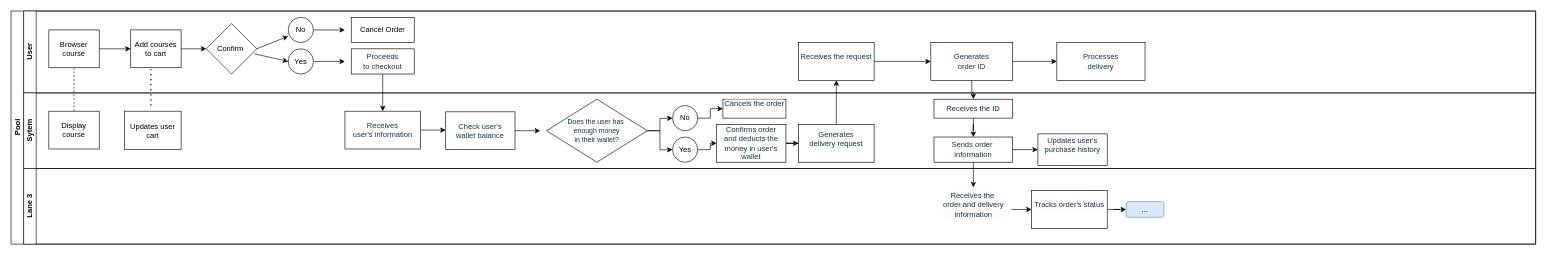
Above: Untitled Diagram.drawio in focusonmee/Java-Core (draw.io), before the change. Source tidied: cells renumbered, new cells numbered last; positions are measured from the earlier drawing's top-left corner, leaving out a move shared by most shapes. Both pictures are drawn from the tidied source at 63%, with x=0, y=0 at pixel (11, 11).
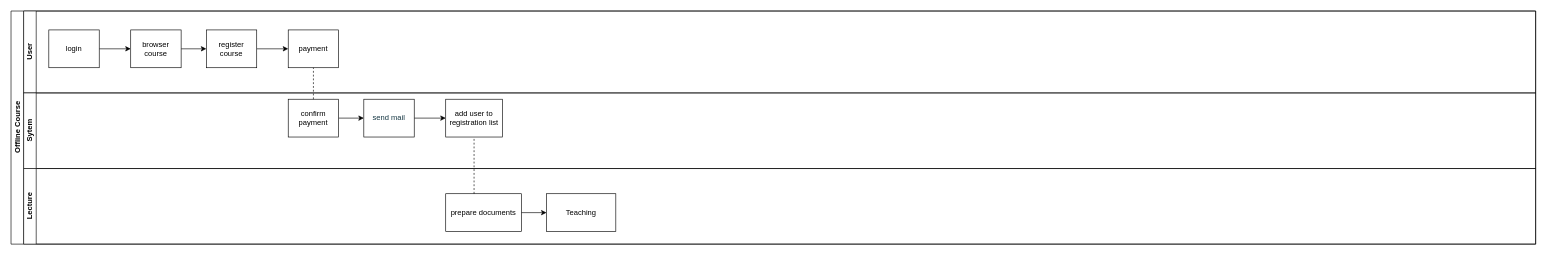
Above is the later version.

Unchanged cells that the change refers to:
```xml
<mxCell id="4" value="User" style="swimlane;html=1;startSize=20;horizontal=0;" parent="2" vertex="1">
  <mxGeometry x="20" width="2400" height="130" as="geometry" />
</mxCell>
<mxCell id="18" value="Sytem" style="swimlane;html=1;startSize=20;horizontal=0;" parent="2" vertex="1">
  <mxGeometry x="20" y="130" width="2400" height="120" as="geometry" />
</mxCell>
```

Diff of the diagram source:
```diff
@@
-    <mxCell id="2" value="Pool" style="swimlane;html=1;horizontal=0;startSize=20;" parent="1" vertex="1">
+    <mxCell id="2" value="Offline Course" style="swimlane;html=1;horizontal=0;startSize=20;" parent="1" vertex="1">
       <mxGeometry width="2420" height="370" as="geometry" />
     </mxCell>
-    <mxCell id="3" style="edgeStyle=orthogonalEdgeStyle;rounded=0;jettySize=auto;html=1;dashed=1;endArrow=none;endFill=0;" parent="2" edge="1" source="6" target="19">
-      <mxGeometry relative="1" as="geometry" />
-    </mxCell>
@@
-    <mxCell id="6" value="Browser course" style="rounded=0;whiteSpace=wrap;html=1;fontFamily=Helvetica;fontSize=12;fontColor=#000000;align=center;" parent="4" vertex="1">
+    <mxCell id="6" value="login" style="rounded=0;whiteSpace=wrap;html=1;fontFamily=Helvetica;fontSize=12;fontColor=#000000;align=center;" parent="4" vertex="1">
       <mxGeometry x="40" y="30" width="80" height="60" as="geometry" />
     </mxCell>
+    <mxCell id="57" style="edgeStyle=orthogonalEdgeStyle;rounded=0;jettySize=auto;html=1;" parent="4" edge="1" source="7" target="59">
+      <mxGeometry relative="1" as="geometry" />
+    </mxCell>
-    <mxCell id="7" value="Add courses to cart" style="rounded=0;whiteSpace=wrap;html=1;fontFamily=Helvetica;fontSize=12;fontColor=#000000;align=center;" parent="4" vertex="1">
+    <mxCell id="7" value="browser course" style="rounded=0;whiteSpace=wrap;html=1;fontFamily=Helvetica;fontSize=12;fontColor=#000000;align=center;" parent="4" vertex="1">
       <mxGeometry x="170" y="30" width="80" height="60" as="geometry" />
     </mxCell>
-    <mxCell id="8" value="Confirm&amp;nbsp;" style="rhombus;whiteSpace=wrap;html=1;" parent="4" vertex="1">
-      <mxGeometry x="290" y="20" width="80" height="80" as="geometry" />
-    </mxCell>
-    <mxCell id="9" value="No" style="ellipse;whiteSpace=wrap;html=1;" parent="4" vertex="1">
-      <mxGeometry x="420" y="10" width="40" height="40" as="geometry" />
-    </mxCell>
-    <mxCell id="10" value="Yes" style="ellipse;whiteSpace=wrap;html=1;" parent="4" vertex="1">
-      <mxGeometry x="420" y="60" width="40" height="40" as="geometry" />
-    </mxCell>
-    <mxCell id="11" value="Cancel Order" style="rounded=0;whiteSpace=wrap;html=1;" parent="4" vertex="1">
-      <mxGeometry x="520" y="10" width="100" height="40" as="geometry" />
-    </mxCell>
-    <mxCell id="12" value="&lt;span style=&quot;color: rgb(20, 54, 66);&quot;&gt;Proceeds&lt;/span&gt;&lt;div style=&quot;color: rgb(20, 54, 66);&quot;&gt;to checkout&lt;/div&gt;" style="rounded=0;whiteSpace=wrap;html=1;" parent="4" vertex="1">
-      <mxGeometry x="520" y="60" width="100" height="40" as="geometry" />
-    </mxCell>
-    <mxCell id="13" value="&#10;&lt;span style=&quot;color: rgb(20, 54, 66); font-family: Helvetica; font-size: 12px; font-style: normal; font-variant-ligatures: normal; font-variant-caps: normal; font-weight: 400; letter-spacing: normal; orphans: 2; text-align: center; text-indent: 0px; text-transform: none; widows: 2; word-spacing: 0px; -webkit-text-stroke-width: 0px; white-space: normal; background-color: rgb(251, 251, 251); text-decoration-thickness: initial; text-decoration-style: initial; text-decoration-color: initial; display: inline !important; float: none;&quot;&gt;Receives the request&lt;/span&gt;&#10;&#10;" style="rounded=0;whiteSpace=wrap;html=1;" parent="4" vertex="1">
-      <mxGeometry x="1230" y="50" width="120" height="60" as="geometry" />
-    </mxCell>
-    <mxCell id="14" value="&lt;span style=&quot;color: rgb(20, 54, 66);&quot;&gt;Generates&lt;/span&gt;&lt;div style=&quot;color: rgb(20, 54, 66);&quot;&gt;order ID&lt;/div&gt;" style="rounded=0;whiteSpace=wrap;html=1;" parent="4" vertex="1">
-      <mxGeometry x="1440" y="50" width="130" height="60" as="geometry" />
-    </mxCell>
-    <mxCell id="15" style="edgeStyle=orthogonalEdgeStyle;rounded=0;jettySize=auto;html=1;" parent="4" edge="1" source="13" target="14">
-      <mxGeometry relative="1" as="geometry" />
-    </mxCell>
-    <mxCell id="16" value="&lt;span style=&quot;color: rgb(20, 54, 66);&quot;&gt;Processes&lt;/span&gt;&lt;div style=&quot;color: rgb(20, 54, 66);&quot;&gt;delivery&lt;/div&gt;" style="rounded=0;whiteSpace=wrap;html=1;" parent="4" vertex="1">
-      <mxGeometry x="1640" y="50" width="140" height="60" as="geometry" />
-    </mxCell>
-    <mxCell id="17" style="edgeStyle=orthogonalEdgeStyle;rounded=0;jettySize=auto;html=1;" parent="4" edge="1" source="14" target="16">
-      <mxGeometry relative="1" as="geometry" />
-    </mxCell>
+    <mxCell id="58" style="edgeStyle=orthogonalEdgeStyle;rounded=0;jettySize=auto;html=1;" parent="4" edge="1" source="59" target="60">
+      <mxGeometry relative="1" as="geometry" />
+    </mxCell>
+    <mxCell id="59" value="register course" style="rounded=0;whiteSpace=wrap;html=1;fontFamily=Helvetica;fontSize=12;fontColor=#000000;align=center;" parent="4" vertex="1">
+      <mxGeometry x="290" y="30" width="80" height="60" as="geometry" />
+    </mxCell>
+    <mxCell id="60" value="payment" style="rounded=0;whiteSpace=wrap;html=1;fontFamily=Helvetica;fontSize=12;fontColor=#000000;align=center;" parent="4" vertex="1">
+      <mxGeometry x="420" y="30" width="80" height="60" as="geometry" />
+    </mxCell>
@@
-    <mxCell id="19" value="Display course" style="rounded=0;whiteSpace=wrap;html=1;fontFamily=Helvetica;fontSize=12;fontColor=#000000;align=center;" parent="18" vertex="1">
-      <mxGeometry x="40" y="29" width="80" height="60" as="geometry" />
-    </mxCell>
-    <mxCell id="20" value="Updates user cart" style="rounded=0;whiteSpace=wrap;html=1;" parent="18" vertex="1">
-      <mxGeometry x="160" y="29" width="90" height="61" as="geometry" />
-    </mxCell>
-    <mxCell id="21" style="edgeStyle=orthogonalEdgeStyle;rounded=0;jettySize=auto;html=1;" parent="18" edge="1" source="22">
-      <mxGeometry relative="1" as="geometry">
-        <mxPoint x="670" y="59" as="targetPoint" />
-      </mxGeometry>
-    </mxCell>
-    <mxCell id="22" value="&lt;span style=&quot;color: rgb(20, 54, 66);&quot;&gt;Receives&lt;/span&gt;&lt;div style=&quot;color: rgb(20, 54, 66);&quot;&gt;user's information&lt;/div&gt;" style="rounded=0;whiteSpace=wrap;html=1;" parent="18" vertex="1">
-      <mxGeometry x="510" y="29" width="120" height="60" as="geometry" />
-    </mxCell>
-    <mxCell id="23" style="edgeStyle=orthogonalEdgeStyle;rounded=0;jettySize=auto;html=1;" parent="18" edge="1" source="24">
-      <mxGeometry relative="1" as="geometry">
-        <mxPoint x="820" y="60" as="targetPoint" />
-      </mxGeometry>
-    </mxCell>
+    <mxCell id="61" style="edgeStyle=orthogonalEdgeStyle;rounded=0;jettySize=auto;html=1;" parent="18" edge="1" source="24" target="64">
+      <mxGeometry relative="1" as="geometry" />
+    </mxCell>
-    <mxCell id="24" value="&lt;span style=&quot;color: rgb(20, 54, 66);&quot;&gt;Check user's&lt;/span&gt;&lt;div style=&quot;color: rgb(20, 54, 66);&quot;&gt;wallet balance&lt;/div&gt;" style="rounded=0;whiteSpace=wrap;html=1;" parent="18" vertex="1">
-      <mxGeometry x="670" y="30" width="110" height="60" as="geometry" />
+    <mxCell id="24" value="&lt;font color=&quot;#143642&quot;&gt;send mail&lt;/font&gt;" style="rounded=0;whiteSpace=wrap;html=1;" parent="18" vertex="1">
+      <mxGeometry x="540" y="10" width="80" height="60" as="geometry" />
     </mxCell>
-    <mxCell id="25" style="edgeStyle=orthogonalEdgeStyle;rounded=0;jettySize=auto;html=1;exitX=1;exitY=0.5;exitDx=0;exitDy=0;" parent="18" edge="1" source="27">
-      <mxGeometry relative="1" as="geometry">
-        <mxPoint x="1030" y="40" as="targetPoint" />
-      </mxGeometry>
-    </mxCell>
-    <mxCell id="26" style="edgeStyle=orthogonalEdgeStyle;rounded=0;jettySize=auto;html=1;exitX=1;exitY=0.5;exitDx=0;exitDy=0;" parent="18" edge="1" source="27">
-      <mxGeometry relative="1" as="geometry">
-        <mxPoint x="1030" y="90" as="targetPoint" />
-      </mxGeometry>
-    </mxCell>
-    <mxCell id="27" value="&lt;font style=&quot;color: rgb(20, 54, 66); font-size: 11px;&quot;&gt;Does the user has&amp;nbsp;&lt;/font&gt;&lt;div style=&quot;color: rgb(20, 54, 66);&quot;&gt;&lt;font style=&quot;font-size: 11px;&quot;&gt;enough money&lt;/font&gt;&lt;/div&gt;&lt;div style=&quot;color: rgb(20, 54, 66);&quot;&gt;&lt;font style=&quot;font-size: 11px;&quot;&gt;in their wallet?&lt;/font&gt;&lt;/div&gt;" style="rhombus;whiteSpace=wrap;html=1;" parent="18" vertex="1">
-      <mxGeometry x="830" y="10" width="160" height="100" as="geometry" />
-    </mxCell>
-    <mxCell id="28" value="No" style="ellipse;whiteSpace=wrap;html=1;" parent="18" vertex="1">
-      <mxGeometry x="1030" y="20" width="40" height="40" as="geometry" />
-    </mxCell>
-    <mxCell id="29" value="Yes" style="ellipse;whiteSpace=wrap;html=1;" parent="18" vertex="1">
-      <mxGeometry x="1030" y="70" width="40" height="40" as="geometry" />
-    </mxCell>
-    <mxCell id="30" value="&#10;&lt;span style=&quot;color: rgb(20, 54, 66); font-family: Helvetica; font-size: 12px; font-style: normal; font-variant-ligatures: normal; font-variant-caps: normal; font-weight: 400; letter-spacing: normal; orphans: 2; text-align: center; text-indent: 0px; text-transform: none; widows: 2; word-spacing: 0px; -webkit-text-stroke-width: 0px; white-space: normal; background-color: rgb(251, 251, 251); text-decoration-thickness: initial; text-decoration-style: initial; text-decoration-color: initial; display: inline !important; float: none;&quot;&gt;Generates&lt;/span&gt;&lt;div style=&quot;forced-color-adjust: none; color: rgb(20, 54, 66); font-family: Helvetica; font-size: 12px; font-style: normal; font-variant-ligatures: normal; font-variant-caps: normal; font-weight: 400; letter-spacing: normal; orphans: 2; text-align: center; text-indent: 0px; text-transform: none; widows: 2; word-spacing: 0px; -webkit-text-stroke-width: 0px; white-space: normal; background-color: rgb(251, 251, 251); text-decoration-thickness: initial; text-decoration-style: initial; text-decoration-color: initial;&quot;&gt;delivery&amp;nbsp;&lt;span style=&quot;forced-color-adjust: none; background-color: transparent; color: light-dark(rgb(20, 54, 66), rgb(173, 202, 213));&quot;&gt;request&lt;/span&gt;&lt;/div&gt;&#10;&#10;" style="rounded=0;whiteSpace=wrap;html=1;" parent="18" vertex="1">
-      <mxGeometry x="1230" y="50" width="120" height="60" as="geometry" />
-    </mxCell>
-    <mxCell id="31" value="&lt;span style=&quot;color: rgb(20, 54, 66);&quot;&gt;Receives the ID&lt;/span&gt;" style="rounded=0;whiteSpace=wrap;html=1;" parent="18" vertex="1">
-      <mxGeometry x="1445" y="10" width="125" height="30" as="geometry" />
-    </mxCell>
-    <mxCell id="32" value="&lt;span style=&quot;color: rgb(20, 54, 66);&quot;&gt;Sends order&amp;nbsp;&lt;/span&gt;&lt;div style=&quot;color: rgb(20, 54, 66);&quot;&gt;information&lt;/div&gt;" style="rounded=0;whiteSpace=wrap;html=1;" parent="18" vertex="1">
-      <mxGeometry x="1445" y="70" width="125" height="40" as="geometry" />
-    </mxCell>
-    <mxCell id="33" style="edgeStyle=orthogonalEdgeStyle;rounded=0;jettySize=auto;html=1;" parent="18" edge="1" source="31" target="32">
-      <mxGeometry relative="1" as="geometry" />
-    </mxCell>
-    <mxCell id="34" value="&#10;&lt;span style=&quot;color: rgb(20, 54, 66); font-family: Helvetica; font-size: 12px; font-style: normal; font-variant-ligatures: normal; font-variant-caps: normal; font-weight: 400; letter-spacing: normal; orphans: 2; text-align: center; text-indent: 0px; text-transform: none; widows: 2; word-spacing: 0px; -webkit-text-stroke-width: 0px; white-space: normal; background-color: rgb(251, 251, 251); text-decoration-thickness: initial; text-decoration-style: initial; text-decoration-color: initial; display: inline !important; float: none;&quot;&gt;Updates user's&lt;/span&gt;&lt;div style=&quot;forced-color-adjust: none; color: rgb(20, 54, 66); font-family: Helvetica; font-size: 12px; font-style: normal; font-variant-ligatures: normal; font-variant-caps: normal; font-weight: 400; letter-spacing: normal; orphans: 2; text-align: center; text-indent: 0px; text-transform: none; widows: 2; word-spacing: 0px; -webkit-text-stroke-width: 0px; white-space: normal; background-color: rgb(251, 251, 251); text-decoration-thickness: initial; text-decoration-style: initial; text-decoration-color: initial;&quot;&gt;purchase history&lt;/div&gt;&#10;&#10;" style="rounded=0;whiteSpace=wrap;html=1;" parent="18" vertex="1">
-      <mxGeometry x="1610" y="65" width="110" height="50" as="geometry" />
-    </mxCell>
-    <mxCell id="35" style="edgeStyle=orthogonalEdgeStyle;rounded=0;jettySize=auto;html=1;" parent="18" edge="1" source="32" target="34">
-      <mxGeometry relative="1" as="geometry" />
-    </mxCell>
+    <mxCell id="62" style="edgeStyle=orthogonalEdgeStyle;rounded=0;jettySize=auto;html=1;entryX=0;entryY=0.5;entryDx=0;entryDy=0;" parent="18" edge="1" source="63" target="24">
+      <mxGeometry relative="1" as="geometry" />
+    </mxCell>
+    <mxCell id="63" value="confirm payment" style="rounded=0;whiteSpace=wrap;html=1;" parent="18" vertex="1">
+      <mxGeometry x="420" y="10" width="80" height="60" as="geometry" />
+    </mxCell>
+    <mxCell id="64" value="add user to registration list" style="rounded=0;whiteSpace=wrap;html=1;" parent="18" vertex="1">
+      <mxGeometry x="670" y="10" width="90" height="60" as="geometry" />
+    </mxCell>
-    <mxCell id="36" value="Lane 3" style="swimlane;html=1;startSize=20;horizontal=0;" parent="2" vertex="1">
+    <mxCell id="36" value="Lecture" style="swimlane;html=1;startSize=20;horizontal=0;" parent="2" vertex="1">
       <mxGeometry x="20" y="250" width="2400" height="120" as="geometry" />
     </mxCell>
-    <mxCell id="37" style="edgeStyle=orthogonalEdgeStyle;rounded=0;jettySize=auto;html=1;" parent="36" edge="1" source="38">
-      <mxGeometry relative="1" as="geometry">
-        <mxPoint x="1600" y="65" as="targetPoint" />
-      </mxGeometry>
-    </mxCell>
-    <mxCell id="38" value="&#10;&lt;span style=&quot;color: rgb(20, 54, 66); font-family: Helvetica; font-size: 12px; font-style: normal; font-variant-ligatures: normal; font-variant-caps: normal; font-weight: 400; letter-spacing: normal; orphans: 2; text-align: center; text-indent: 0px; text-transform: none; widows: 2; word-spacing: 0px; -webkit-text-stroke-width: 0px; white-space: normal; background-color: rgb(251, 251, 251); text-decoration-thickness: initial; text-decoration-style: initial; text-decoration-color: initial; display: inline !important; float: none;&quot;&gt;Receives the&amp;nbsp;&lt;/span&gt;&lt;div style=&quot;forced-color-adjust: none; color: rgb(20, 54, 66); font-family: Helvetica; font-size: 12px; font-style: normal; font-variant-ligatures: normal; font-variant-caps: normal; font-weight: 400; letter-spacing: normal; orphans: 2; text-align: center; text-indent: 0px; text-transform: none; widows: 2; word-spacing: 0px; -webkit-text-stroke-width: 0px; white-space: normal; background-color: rgb(251, 251, 251); text-decoration-thickness: initial; text-decoration-style: initial; text-decoration-color: initial;&quot;&gt;order and delivery&lt;/div&gt;&lt;div style=&quot;forced-color-adjust: none; color: rgb(20, 54, 66); font-family: Helvetica; font-size: 12px; font-style: normal; font-variant-ligatures: normal; font-variant-caps: normal; font-weight: 400; letter-spacing: normal; orphans: 2; text-align: center; text-indent: 0px; text-transform: none; widows: 2; word-spacing: 0px; -webkit-text-stroke-width: 0px; white-space: normal; background-color: rgb(251, 251, 251); text-decoration-thickness: initial; text-decoration-style: initial; text-decoration-color: initial;&quot;&gt;information&lt;/div&gt;&#10;&#10;" style="rounded=0;whiteSpace=wrap;html=1;strokeColor=none;" parent="36" vertex="1">
-      <mxGeometry x="1447.5" y="30" width="120" height="70" as="geometry" />
-    </mxCell>
-    <mxCell id="39" value="&#10;&lt;span style=&quot;color: rgb(20, 54, 66); font-family: Helvetica; font-size: 12px; font-style: normal; font-variant-ligatures: normal; font-variant-caps: normal; font-weight: 400; letter-spacing: normal; orphans: 2; text-align: center; text-indent: 0px; text-transform: none; widows: 2; word-spacing: 0px; -webkit-text-stroke-width: 0px; white-space: normal; background-color: rgb(251, 251, 251); text-decoration-thickness: initial; text-decoration-style: initial; text-decoration-color: initial; display: inline !important; float: none;&quot;&gt;Tracks order's status&lt;/span&gt;&#10;&#10;" style="rounded=0;whiteSpace=wrap;html=1;" parent="36" vertex="1">
-      <mxGeometry x="1600" y="35" width="120" height="60" as="geometry" />
-    </mxCell>
-    <mxCell id="40" value="..." style="rounded=1;whiteSpace=wrap;html=1;fillColor=#dae8fc;strokeColor=#6c8ebf;" parent="36" vertex="1">
-      <mxGeometry x="1750" y="52.5" width="60" height="25" as="geometry" />
-    </mxCell>
-    <mxCell id="41" style="edgeStyle=orthogonalEdgeStyle;rounded=0;jettySize=auto;html=1;" parent="36" edge="1" source="39" target="40">
-      <mxGeometry relative="1" as="geometry" />
-    </mxCell>
-    <mxCell id="42" style="edgeStyle=orthogonalEdgeStyle;rounded=0;jettySize=auto;html=1;exitX=0.5;exitY=1;exitDx=0;exitDy=0;" parent="2" edge="1" source="12" target="22">
-      <mxGeometry relative="1" as="geometry" />
-    </mxCell>
-    <mxCell id="43" style="edgeStyle=orthogonalEdgeStyle;rounded=0;jettySize=auto;html=1;" parent="2" edge="1" source="30" target="13">
-      <mxGeometry relative="1" as="geometry" />
-    </mxCell>
-    <mxCell id="44" style="edgeStyle=orthogonalEdgeStyle;rounded=0;jettySize=auto;html=1;" parent="2" edge="1" source="14" target="31">
-      <mxGeometry relative="1" as="geometry" />
-    </mxCell>
-    <mxCell id="45" style="edgeStyle=orthogonalEdgeStyle;rounded=0;jettySize=auto;html=1;" parent="2" edge="1" source="32" target="38">
-      <mxGeometry relative="1" as="geometry" />
-    </mxCell>
-    <mxCell id="46" style="endArrow=none;dashed=1;html=1;dashPattern=1 3;strokeWidth=2;rounded=0;entryX=0.4;entryY=1.043;entryDx=0;entryDy=0;entryPerimeter=0;" parent="1" edge="1" target="7">
-      <mxGeometry relative="1" as="geometry">
-        <mxPoint x="222" y="150" as="sourcePoint" />
-      </mxGeometry>
-    </mxCell>
-    <mxCell id="47" style="endArrow=classic;html=1;rounded=0;exitX=1;exitY=0.5;exitDx=0;exitDy=0;" parent="1" edge="1" source="7">
-      <mxGeometry relative="1" as="geometry">
-        <mxPoint x="310" y="60" as="targetPoint" />
-      </mxGeometry>
-    </mxCell>
-    <mxCell id="48" style="endArrow=classic;html=1;rounded=0;exitX=1;exitY=0.5;exitDx=0;exitDy=0;" parent="1" edge="1" source="8">
-      <mxGeometry relative="1" as="geometry">
-        <mxPoint x="440" y="40" as="targetPoint" />
-      </mxGeometry>
-    </mxCell>
-    <mxCell id="49" style="endArrow=classic;html=1;rounded=0;exitX=0.95;exitY=0.598;exitDx=0;exitDy=0;exitPerimeter=0;" parent="1" edge="1" source="8">
-      <mxGeometry relative="1" as="geometry">
-        <mxPoint x="440" y="80" as="targetPoint" />
-      </mxGeometry>
-    </mxCell>
-    <mxCell id="50" style="endArrow=classic;html=1;rounded=0;exitX=1;exitY=0.5;exitDx=0;exitDy=0;" parent="1" edge="1" source="9">
-      <mxGeometry relative="1" as="geometry">
-        <mxPoint x="530" y="30" as="targetPoint" />
-      </mxGeometry>
-    </mxCell>
-    <mxCell id="51" style="endArrow=classic;html=1;rounded=0;exitX=1;exitY=0.5;exitDx=0;exitDy=0;" parent="1" edge="1" source="10">
-      <mxGeometry relative="1" as="geometry">
-        <mxPoint x="530" y="80" as="targetPoint" />
-      </mxGeometry>
-    </mxCell>
-    <mxCell id="52" value="&#10;&lt;span style=&quot;color: rgb(20, 54, 66); font-family: Helvetica; font-size: 12px; font-style: normal; font-variant-ligatures: normal; font-variant-caps: normal; font-weight: 400; letter-spacing: normal; orphans: 2; text-align: center; text-indent: 0px; text-transform: none; widows: 2; word-spacing: 0px; -webkit-text-stroke-width: 0px; white-space: normal; background-color: rgb(251, 251, 251); text-decoration-thickness: initial; text-decoration-style: initial; text-decoration-color: initial; display: inline !important; float: none;&quot;&gt;Cancels the order&lt;/span&gt;&#10;&#10;" style="rounded=0;whiteSpace=wrap;html=1;" parent="1" vertex="1">
-      <mxGeometry x="1130" y="140" width="100" height="30" as="geometry" />
-    </mxCell>
-    <mxCell id="53" style="edgeStyle=orthogonalEdgeStyle;rounded=0;jettySize=auto;html=1;" parent="1" edge="1" source="28" target="52">
-      <mxGeometry relative="1" as="geometry" />
-    </mxCell>
-    <mxCell id="54" style="edgeStyle=orthogonalEdgeStyle;rounded=0;jettySize=auto;html=1;" parent="1" edge="1" source="55" target="30">
-      <mxGeometry relative="1" as="geometry" />
-    </mxCell>
-    <mxCell id="55" value="&lt;span style=&quot;color: rgb(20, 54, 66);&quot;&gt;Confirms order&lt;/span&gt;&lt;div style=&quot;color: rgb(20, 54, 66);&quot;&gt;and deducts the money in user's wallet&lt;/div&gt;" style="rounded=0;whiteSpace=wrap;html=1;" parent="1" vertex="1">
-      <mxGeometry x="1120" y="180" width="110" height="60" as="geometry" />
-    </mxCell>
-    <mxCell id="56" style="edgeStyle=orthogonalEdgeStyle;rounded=0;jettySize=auto;html=1;" parent="1" edge="1" source="29" target="55">
-      <mxGeometry relative="1" as="geometry" />
-    </mxCell>
+    <mxCell id="65" style="edgeStyle=orthogonalEdgeStyle;rounded=0;jettySize=auto;html=1;" parent="36" edge="1" source="66" target="67">
+      <mxGeometry relative="1" as="geometry" />
+    </mxCell>
+    <mxCell id="66" value="prepare documents" style="rounded=0;whiteSpace=wrap;html=1;" parent="36" vertex="1">
+      <mxGeometry x="670" y="40" width="120" height="60" as="geometry" />
+    </mxCell>
+    <mxCell id="67" value="Teaching" style="rounded=0;whiteSpace=wrap;html=1;" parent="36" vertex="1">
+      <mxGeometry x="830" y="40" width="110" height="60" as="geometry" />
+    </mxCell>
+    <mxCell id="68" style="endArrow=none;dashed=1;html=1;rounded=0;entryX=0.5;entryY=1;entryDx=0;entryDy=0;exitX=0.5;exitY=0;exitDx=0;exitDy=0;" parent="2" edge="1" source="63" target="60">
+      <mxGeometry relative="1" as="geometry" />
+    </mxCell>
+    <mxCell id="69" style="endArrow=none;dashed=1;html=1;rounded=0;entryX=0.5;entryY=1;entryDx=0;entryDy=0;" parent="1" edge="1" target="64">
+      <mxGeometry relative="1" as="geometry">
+        <mxPoint x="735" y="290" as="sourcePoint" />
+      </mxGeometry>
+    </mxCell>
```
